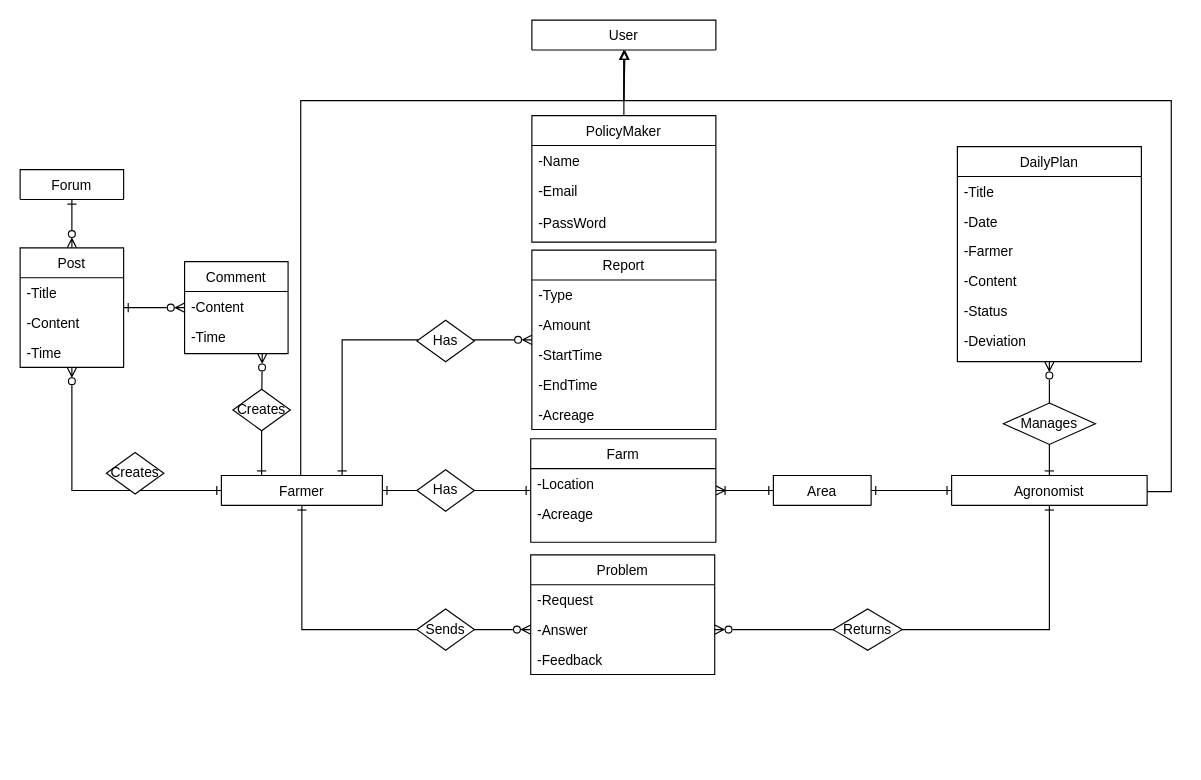
ictar/DREAM-SE2-Project-2022 keeps this draw.io diagram as DD/UML/Entity Relationship.drawio. Above is the earlier version. Source tidied: cells renumbered, new cells numbered last; positions are measured from the earlier drawing's top-left corner, leaving out a move shared by most shapes. Both pictures are drawn from the tidied source at 115%, with x=0, y=0 at pixel (20, 20).
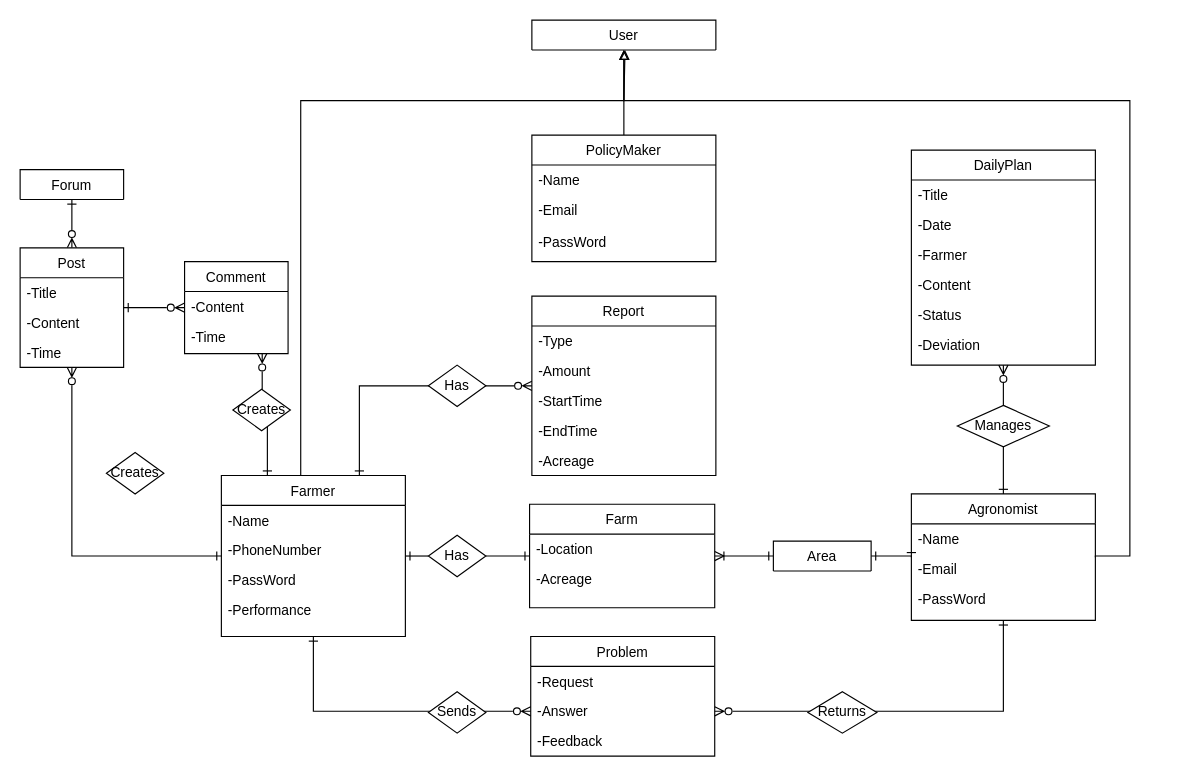
After the change.

Change to the diagram source:
```diff
@@
     <mxCell id="2" value="Report" style="swimlane;fontStyle=0;align=center;verticalAlign=top;horizontal=1;startSize=26;rounded=0;shadow=0;strokeWidth=1;" parent="1" vertex="1">
-      <mxGeometry x="445" y="200" width="160" height="156" as="geometry" />
+      <mxGeometry x="445" y="240" width="160" height="156" as="geometry" />
     </mxCell>
@@
-    <mxCell id="14" value="Farmer" style="swimlane;fontStyle=0;align=center;verticalAlign=top;horizontal=1;startSize=26;rounded=0;shadow=0;strokeWidth=1;" parent="1" vertex="1" collapsed="1">
-      <mxGeometry x="175" y="396" width="140" height="26" as="geometry" />
+    <mxCell id="14" value="Farmer" style="swimlane;fontStyle=0;align=center;verticalAlign=top;horizontal=1;startSize=26;rounded=0;shadow=0;strokeWidth=1;" parent="1" vertex="1">
+      <mxGeometry x="175" y="396" width="160" height="140" as="geometry" />
     </mxCell>
+    <mxCell id="61" value="-Name" style="text;align=left;verticalAlign=top;spacingLeft=4;spacingRight=4;overflow=hidden;" parent="14" vertex="1">
+      <mxGeometry y="26" width="160" height="26" as="geometry" />
+    </mxCell>
+    <mxCell id="62" value="-PhoneNumber" style="text;align=left;verticalAlign=top;spacingLeft=4;spacingRight=4;overflow=hidden;fontStyle=0;labelBackgroundColor=default;" parent="14" vertex="1">
+      <mxGeometry y="52" width="160" height="26" as="geometry" />
+    </mxCell>
+    <mxCell id="63" value="-PassWord" style="text;align=left;verticalAlign=top;spacingLeft=4;spacingRight=4;overflow=hidden;" parent="14" vertex="1">
+      <mxGeometry y="78" width="160" height="26" as="geometry" />
+    </mxCell>
+    <mxCell id="64" value="-Performance" style="text;align=left;verticalAlign=top;spacingLeft=4;spacingRight=4;overflow=hidden;" parent="14" vertex="1">
+      <mxGeometry y="104" width="160" height="26" as="geometry" />
+    </mxCell>
@@
     <mxCell id="16" style="edgeStyle=orthogonalEdgeStyle;rounded=0;jettySize=auto;html=1;exitX=1;exitY=0.5;exitDx=0;exitDy=0;entryX=0.5;entryY=1;entryDx=0;entryDy=0;startArrow=none;startFill=0;endArrow=block;endFill=0;" parent="1" edge="1" source="18">
       <mxGeometry relative="1" as="geometry">
         <mxPoint x="526" y="26" as="targetPoint" />
         <Array as="points">
-          <mxPoint x="980" y="410" />
-          <mxPoint x="1001" y="410" />
-          <mxPoint x="1001" y="70" />
+          <mxPoint x="935" y="466" />
+          <mxPoint x="965" y="466" />
+          <mxPoint x="965" y="70" />
           <mxPoint x="525" y="70" />
           <mxPoint x="525" y="26" />
         </Array>
       </mxGeometry>
     </mxCell>
@@
-    <mxCell id="18" value="Agronomist" style="swimlane;fontStyle=0;align=center;verticalAlign=top;horizontal=1;startSize=26;rounded=0;shadow=0;strokeWidth=1;" parent="1" vertex="1" collapsed="1">
-      <mxGeometry x="810" y="396" width="170" height="26" as="geometry" />
+    <mxCell id="18" value="Agronomist" style="swimlane;fontStyle=0;align=center;verticalAlign=top;horizontal=1;startSize=26;rounded=0;shadow=0;strokeWidth=1;" parent="1" vertex="1">
+      <mxGeometry x="775" y="412" width="160" height="110" as="geometry" />
     </mxCell>
+    <mxCell id="65" value="-Name" style="text;align=left;verticalAlign=top;spacingLeft=4;spacingRight=4;overflow=hidden;" parent="18" vertex="1">
+      <mxGeometry y="26" width="160" height="26" as="geometry" />
+    </mxCell>
+    <mxCell id="66" value="-Email" style="text;align=left;verticalAlign=top;spacingLeft=4;spacingRight=4;overflow=hidden;" parent="18" vertex="1">
+      <mxGeometry y="52" width="160" height="26" as="geometry" />
+    </mxCell>
+    <mxCell id="67" value="-PassWord" style="text;align=left;verticalAlign=top;spacingLeft=4;spacingRight=4;overflow=hidden;" parent="18" vertex="1">
+      <mxGeometry y="78" width="160" height="26" as="geometry" />
+    </mxCell>
@@
     <mxCell id="20" value="PolicyMaker" style="swimlane;fontStyle=0;align=center;verticalAlign=top;horizontal=1;startSize=26;rounded=0;shadow=0;strokeWidth=1;" parent="1" vertex="1">
-      <mxGeometry x="445" y="83" width="160" height="110" as="geometry" />
+      <mxGeometry x="445" y="100" width="160" height="110" as="geometry" />
     </mxCell>
@@
     <mxCell id="25" value="Farm" style="swimlane;fontStyle=0;align=center;verticalAlign=top;horizontal=1;startSize=26;rounded=0;shadow=0;strokeWidth=1;" parent="1" vertex="1">
-      <mxGeometry x="444" y="364" width="161" height="90" as="geometry" />
+      <mxGeometry x="443" y="421" width="161" height="90" as="geometry" />
     </mxCell>
@@
     <mxCell id="29" value="Problem" style="swimlane;fontStyle=0;align=center;verticalAlign=top;horizontal=1;startSize=26;rounded=0;shadow=0;strokeWidth=1;" parent="1" vertex="1">
-      <mxGeometry x="444" y="465" width="160" height="104" as="geometry" />
+      <mxGeometry x="444" y="536" width="160" height="104" as="geometry" />
     </mxCell>
@@
     <mxCell id="35" value="DailyPlan" style="swimlane;fontStyle=0;align=center;verticalAlign=top;horizontal=1;startSize=26;rounded=0;shadow=0;strokeWidth=1;" parent="1" vertex="1">
-      <mxGeometry x="815" y="110" width="160" height="187" as="geometry" />
+      <mxGeometry x="775" y="113" width="160" height="187" as="geometry" />
     </mxCell>
@@
     <mxCell id="52" value="Area" style="swimlane;fontStyle=0;align=center;verticalAlign=top;horizontal=1;startSize=26;rounded=0;shadow=0;strokeWidth=1;" parent="1" vertex="1" collapsed="1">
-      <mxGeometry x="655" y="396" width="85" height="26" as="geometry" />
+      <mxGeometry x="655" y="453" width="85" height="26" as="geometry" />
     </mxCell>
@@
     <mxCell id="55" value="Has" style="shape=rhombus;perimeter=rhombusPerimeter;whiteSpace=wrap;html=1;align=center;" parent="1" vertex="1">
-      <mxGeometry x="345" y="261" width="50" height="36" as="geometry" />
+      <mxGeometry x="355" y="300" width="50" height="36" as="geometry" />
     </mxCell>
     <mxCell id="56" value="Manages" style="shape=rhombus;perimeter=rhombusPerimeter;whiteSpace=wrap;html=1;align=center;" parent="1" vertex="1">
-      <mxGeometry x="855" y="333" width="80" height="36" as="geometry" />
+      <mxGeometry x="815" y="335" width="80" height="36" as="geometry" />
     </mxCell>
     <mxCell id="57" value="Sends" style="shape=rhombus;perimeter=rhombusPerimeter;whiteSpace=wrap;html=1;align=center;" parent="1" vertex="1">
-      <mxGeometry x="345" y="512" width="50" height="36" as="geometry" />
+      <mxGeometry x="355" y="584" width="50" height="36" as="geometry" />
     </mxCell>
     <mxCell id="58" value="Returns" style="shape=rhombus;perimeter=rhombusPerimeter;whiteSpace=wrap;html=1;align=center;" parent="1" vertex="1">
-      <mxGeometry x="707" y="512" width="60" height="36" as="geometry" />
+      <mxGeometry x="685" y="584" width="60" height="36" as="geometry" />
     </mxCell>
     <mxCell id="59" value="Has" style="shape=rhombus;perimeter=rhombusPerimeter;whiteSpace=wrap;html=1;align=center;" parent="1" vertex="1">
-      <mxGeometry x="345" y="391" width="50" height="36" as="geometry" />
+      <mxGeometry x="355" y="448" width="50" height="36" as="geometry" />
     </mxCell>
```
